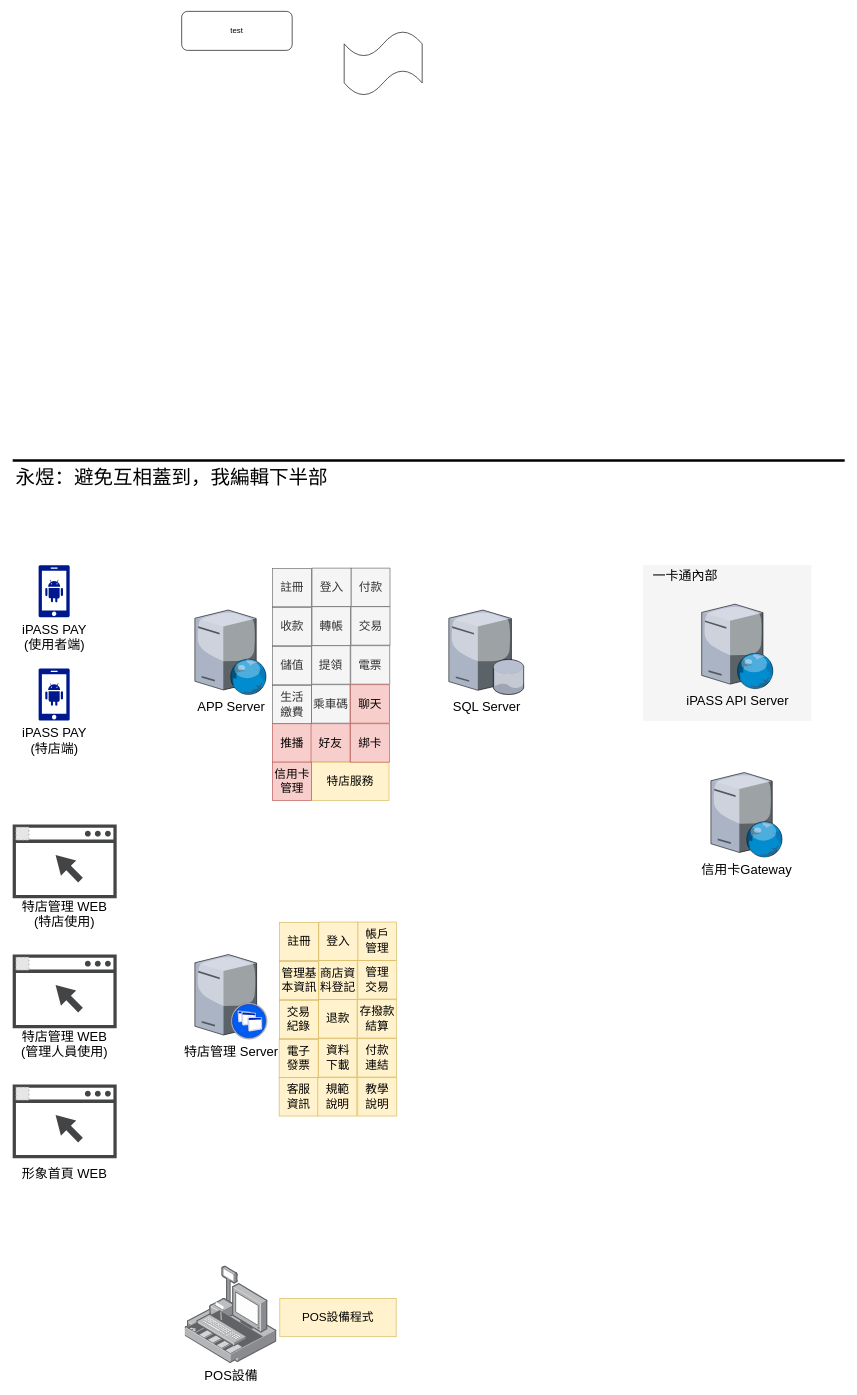
Earlier version of the draw.io diagram ServiceStructure.drawio (ChihLin8168/newDrawio). Source tidied: cells renumbered, new cells numbered last; positions are measured from the earlier drawing's top-left corner, leaving out a move shared by most shapes. Both pictures are drawn from the tidied source at 65%, with x=0, y=0 at pixel (12, 11). Pictures stored in the file or linked from it are replaced by grey dashed boxes.
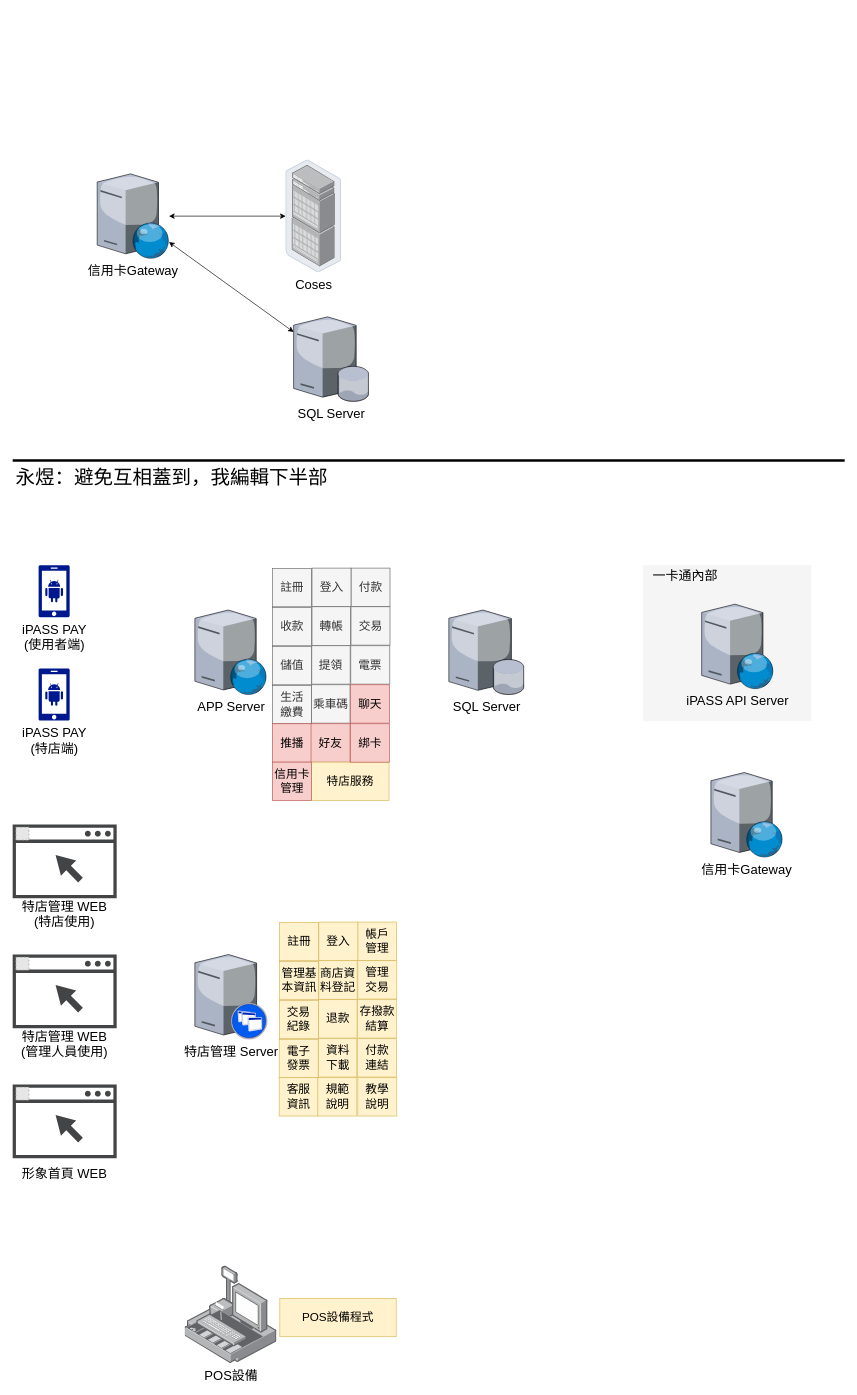
After the change.

Change to the diagram source:
```diff
@@
-    <mxCell id="5" value="test" style="rounded=1;whiteSpace=wrap;html=1;" parent="1" vertex="1">
-      <mxGeometry x="260" width="170" height="60" as="geometry" />
-    </mxCell>
-    <mxCell id="6" style="shape=tape;whiteSpace=wrap;html=1;" parent="1" vertex="1">
-      <mxGeometry x="510" y="30" width="120" height="100" as="geometry" />
-    </mxCell>
@@
+    <mxCell id="62" value="信用卡Gateway" style="verticalLabelPosition=bottom;html=1;verticalAlign=top;strokeColor=none;align=center;outlineConnect=0;shape=mxgraph.citrix.web_server;fontSize=20;" parent="1" vertex="1">
+      <mxGeometry x="130" y="250" width="110.5" height="130" as="geometry" />
+    </mxCell>
+    <mxCell id="63" value="&lt;font style=&quot;font-size: 20px&quot;&gt;Coses&lt;/font&gt;" style="points=[];html=1;align=center;shadow=0;dashed=0;image;image=img/lib/allied_telesis/storage/Datacenter_Server_Rack_EoR.svg;" parent="1" vertex="1">
+      <mxGeometry x="420" y="228.3" width="85.8" height="173.4" as="geometry" />
+    </mxCell>
+    <mxCell id="64" value="SQL Server" style="verticalLabelPosition=bottom;html=1;verticalAlign=top;strokeColor=none;align=center;outlineConnect=0;shape=mxgraph.citrix.database_server;fontSize=20;" parent="1" vertex="1">
+      <mxGeometry x="432.2" y="470" width="115.6" height="130" as="geometry" />
+    </mxCell>
+    <mxCell id="65" style="endArrow=classic;startArrow=classic;html=1;" parent="1" edge="1" source="63" target="62">
+      <mxGeometry relative="1" as="geometry" />
+    </mxCell>
+    <mxCell id="66" style="endArrow=classic;startArrow=classic;html=1;" parent="1" edge="1" source="64" target="62">
+      <mxGeometry relative="1" as="geometry" />
+    </mxCell>
```
